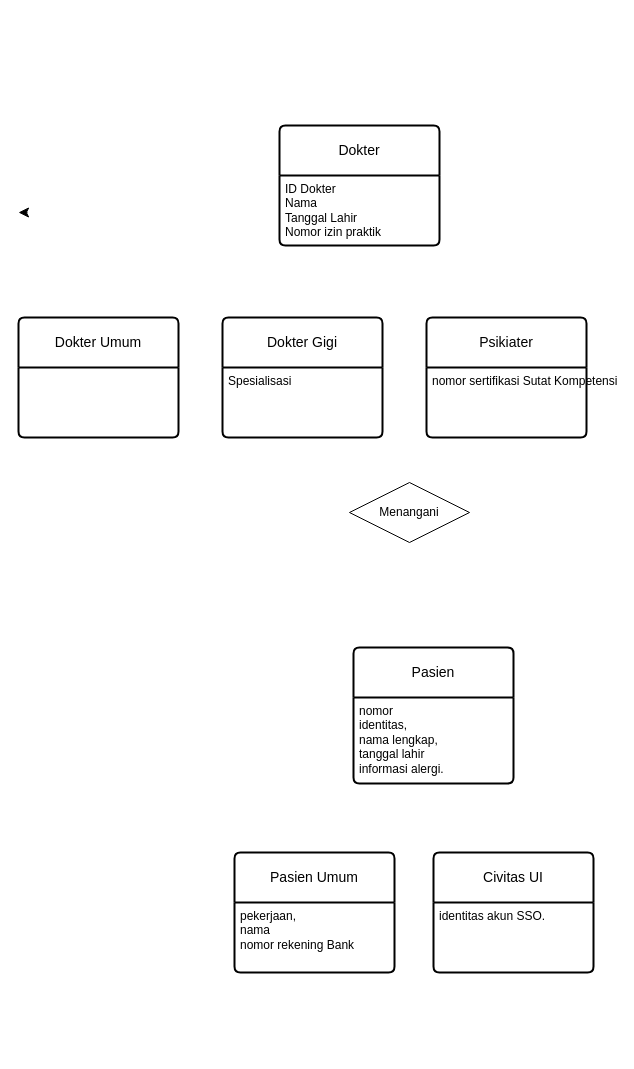
Earlier version of the draw.io diagram minggu3.drawio (thirza258/draw.io). Source tidied: cells renumbered, new cells numbered last; positions are measured from the earlier drawing's top-left corner, leaving out a move shared by most shapes. Both pictures are drawn from the tidied source at 100%, with x=0, y=0 at pixel (18, 125).
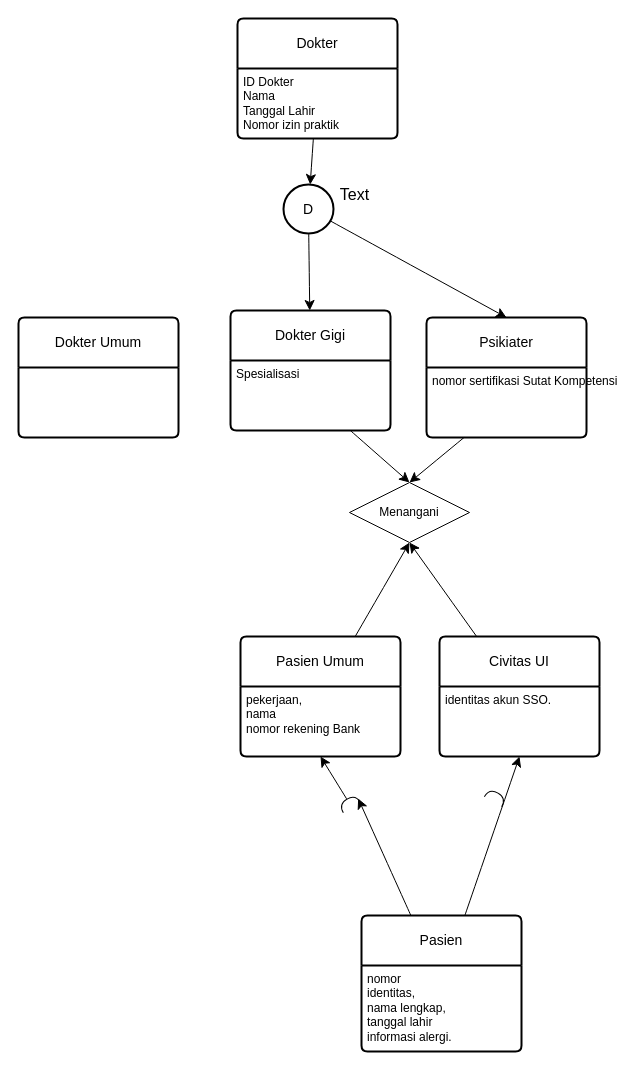
The same diagram, later.

Unchanged cells that the change refers to:
```xml
<mxCell id="5" value="Spesialisasi" style="align=left;strokeColor=none;fillColor=none;spacingLeft=4;fontSize=12;verticalAlign=top;html=1;" parent="4" vertex="1">
  <mxGeometry y="50" width="160" height="70" as="geometry" />
</mxCell>
<mxCell id="6" value="Psikiater" style="swimlane;horizontal=1;startSize=50;rounded=1;fontSize=14;fontStyle=0;strokeWidth=2;shadow=0;dashed=0;align=center;arcSize=4;whiteSpace=wrap;html=1;" parent="1" vertex="1">
  <mxGeometry x="408" y="192" width="160" height="120" as="geometry" />
</mxCell>
<mxCell id="7" value="nomor sertifikasi Sutat Kompetensi" style="align=left;strokeColor=none;fillColor=none;spacingLeft=4;fontSize=12;verticalAlign=top;html=1;" parent="6" vertex="1">
  <mxGeometry y="50" width="160" height="70" as="geometry" />
</mxCell>
<mxCell id="13" value=" pekerjaan, &lt;br&gt;nama&amp;nbsp;&lt;br&gt;nomor rekening Bank" style="align=left;strokeColor=none;fillColor=none;spacingLeft=4;fontSize=12;verticalAlign=top;html=1;" parent="12" vertex="1">
  <mxGeometry y="50" width="160" height="70" as="geometry" />
</mxCell>
<mxCell id="15" value=" identitas akun SSO.&lt;br/&gt;" style="align=left;strokeColor=none;fillColor=none;spacingLeft=4;fontSize=12;verticalAlign=top;html=1;" parent="14" vertex="1">
  <mxGeometry y="50" width="160" height="70" as="geometry" />
</mxCell>
<mxCell id="16" value="Menangani" style="shape=rhombus;perimeter=rhombusPerimeter;whiteSpace=wrap;html=1;align=center;" parent="1" vertex="1">
  <mxGeometry x="331" y="357" width="120" height="60" as="geometry" />
</mxCell>
```

What changed in the source:
```diff
@@
+    <mxCell id="17" style="edgeStyle=none;curved=1;rounded=0;jettySize=auto;html=1;fontSize=12;startSize=8;endSize=8;" parent="1" edge="1" source="2" target="29">
+      <mxGeometry relative="1" as="geometry" />
+    </mxCell>
     <mxCell id="2" value="Dokter" style="swimlane;horizontal=1;startSize=50;rounded=1;fontSize=14;fontStyle=0;strokeWidth=2;shadow=0;dashed=0;align=center;arcSize=4;whiteSpace=wrap;html=1;" parent="1" vertex="1">
-      <mxGeometry x="261" width="160" height="120" as="geometry" />
+      <mxGeometry x="219" y="-107" width="160" height="120" as="geometry" />
     </mxCell>
@@
     <mxCell id="4" value="Dokter Gigi" style="swimlane;horizontal=1;startSize=50;rounded=1;fontSize=14;fontStyle=0;strokeWidth=2;shadow=0;dashed=0;align=center;arcSize=4;whiteSpace=wrap;html=1;" parent="1" vertex="1">
-      <mxGeometry x="204" y="192" width="160" height="120" as="geometry" />
+      <mxGeometry x="212" y="185" width="160" height="120" as="geometry" />
     </mxCell>
@@
-    <mxCell id="9" style="edgeStyle=none;curved=1;rounded=0;orthogonalLoop=1;jettySize=auto;html=1;exitX=0.5;exitY=0;exitDx=0;exitDy=0;entryX=0.41;entryY=0;entryDx=0;entryDy=0;entryPerimeter=0;fontSize=12;startSize=8;endSize=8;" parent="1" edge="1">
-      <mxGeometry relative="1" as="geometry">
-        <mxPoint x="9" y="87" as="sourcePoint" />
-        <mxPoint y="87" as="targetPoint" />
-      </mxGeometry>
-    </mxCell>
+    <mxCell id="18" style="edgeStyle=none;curved=1;rounded=0;jettySize=auto;html=1;entryX=0.5;entryY=1;entryDx=0;entryDy=0;fontSize=12;startSize=8;endSize=8;" parent="1" edge="1" source="10" target="15">
+      <mxGeometry relative="1" as="geometry" />
+    </mxCell>
+    <mxCell id="19" style="edgeStyle=none;curved=1;rounded=0;jettySize=auto;html=1;entryX=0.5;entryY=1;entryDx=0;entryDy=0;fontSize=12;startSize=8;endSize=8;" parent="1" edge="1" source="25" target="13">
+      <mxGeometry relative="1" as="geometry" />
+    </mxCell>
     <mxCell id="10" value="Pasien" style="swimlane;horizontal=1;startSize=50;rounded=1;fontSize=14;fontStyle=0;strokeWidth=2;shadow=0;dashed=0;align=center;arcSize=4;whiteSpace=wrap;html=1;" parent="1" vertex="1">
-      <mxGeometry x="335" y="522" width="160" height="136" as="geometry" />
+      <mxGeometry x="343" y="790" width="160" height="136" as="geometry" />
     </mxCell>
@@
+    <mxCell id="20" style="edgeStyle=none;curved=1;rounded=0;jettySize=auto;html=1;entryX=0.5;entryY=1;entryDx=0;entryDy=0;fontSize=12;startSize=8;endSize=8;" parent="1" edge="1" source="12" target="16">
+      <mxGeometry relative="1" as="geometry" />
+    </mxCell>
     <mxCell id="12" value="Pasien Umum" style="swimlane;horizontal=1;startSize=50;rounded=1;fontSize=14;fontStyle=0;strokeWidth=2;shadow=0;dashed=0;align=center;arcSize=4;whiteSpace=wrap;html=1;" parent="1" vertex="1">
-      <mxGeometry x="216" y="727" width="160" height="120" as="geometry" />
+      <mxGeometry x="222" y="511" width="160" height="120" as="geometry" />
     </mxCell>
@@
+    <mxCell id="21" style="edgeStyle=none;curved=1;rounded=0;jettySize=auto;html=1;entryX=0.5;entryY=1;entryDx=0;entryDy=0;fontSize=12;startSize=8;endSize=8;" parent="1" edge="1" source="14" target="16">
+      <mxGeometry relative="1" as="geometry" />
+    </mxCell>
     <mxCell id="14" value="Civitas UI" style="swimlane;horizontal=1;startSize=50;rounded=1;fontSize=14;fontStyle=0;strokeWidth=2;shadow=0;dashed=0;align=center;arcSize=4;whiteSpace=wrap;html=1;" parent="1" vertex="1">
-      <mxGeometry x="415" y="727" width="160" height="120" as="geometry" />
+      <mxGeometry x="421" y="511" width="160" height="120" as="geometry" />
     </mxCell>
@@
+    <mxCell id="22" style="edgeStyle=none;curved=1;rounded=0;jettySize=auto;html=1;entryX=0.5;entryY=0;entryDx=0;entryDy=0;fontSize=12;startSize=8;endSize=8;" parent="1" edge="1" source="5" target="16">
+      <mxGeometry relative="1" as="geometry" />
+    </mxCell>
+    <mxCell id="23" style="edgeStyle=none;curved=1;rounded=0;jettySize=auto;html=1;entryX=0.5;entryY=0;entryDx=0;entryDy=0;fontSize=12;startSize=8;endSize=8;" parent="1" edge="1" source="7" target="16">
+      <mxGeometry relative="1" as="geometry" />
+    </mxCell>
+    <mxCell id="24" style="edgeStyle=none;curved=1;rounded=0;jettySize=auto;html=1;entryX=0.5;entryY=1;entryDx=0;entryDy=0;fontSize=12;startSize=8;endSize=8;" parent="1" edge="1" source="10" target="25">
+      <mxGeometry relative="1" as="geometry" />
+    </mxCell>
+    <mxCell id="25" style="shape=requiredInterface;html=1;verticalLabelPosition=bottom;sketch=0;rotation=-120;" parent="1" vertex="1">
+      <mxGeometry x="326" y="668" width="10" height="20" as="geometry" />
+    </mxCell>
+    <mxCell id="26" style="shape=requiredInterface;html=1;verticalLabelPosition=bottom;sketch=0;rotation=-60;" parent="1" vertex="1">
+      <mxGeometry x="472" y="662" width="10" height="20" as="geometry" />
+    </mxCell>
+    <mxCell id="27" style="edgeStyle=none;curved=1;rounded=0;jettySize=auto;html=1;fontSize=12;startSize=8;endSize=8;" parent="1" edge="1" source="29" target="4">
+      <mxGeometry relative="1" as="geometry" />
+    </mxCell>
+    <mxCell id="28" style="edgeStyle=none;curved=1;rounded=0;jettySize=auto;html=1;entryX=0.5;entryY=0;entryDx=0;entryDy=0;fontSize=12;startSize=8;endSize=8;" parent="1" edge="1" source="29" target="6">
+      <mxGeometry relative="1" as="geometry" />
+    </mxCell>
+    <mxCell id="29" value="D" style="ellipse;whiteSpace=wrap;html=1;fontSize=14;fontStyle=0;startSize=50;rounded=1;strokeWidth=2;shadow=0;dashed=0;arcSize=4;" parent="1" vertex="1">
+      <mxGeometry x="265" y="59" width="50" height="49" as="geometry" />
+    </mxCell>
+    <mxCell id="30" value="Text" style="text;html=1;align=center;verticalAlign=middle;strokeColor=none;fillColor=none;fontSize=16;" parent="1" vertex="1">
+      <mxGeometry x="312.5" y="53.5" width="47" height="31" as="geometry" />
+    </mxCell>
```
